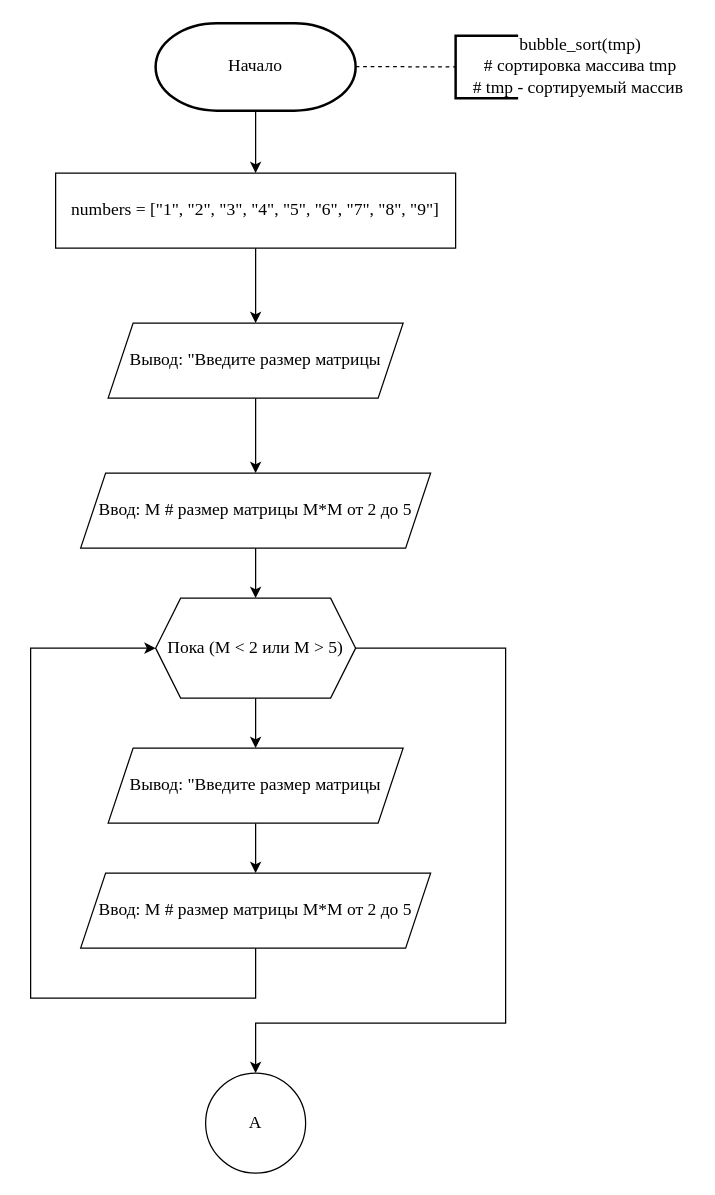
Above: page "Страница 1" (1 of 5) of 1 курс/Информатика/Практические работы/12/Диаграмма без названия.drawio in Kirill010/RTU-MIREA (draw.io), before the change. Source tidied: cells renumbered, new cells numbered last; positions are measured from the earlier drawing's top-left corner, leaving out a move shared by most shapes. Both pictures are drawn from the tidied source at 125%, with x=0, y=0 at pixel (30, 22).
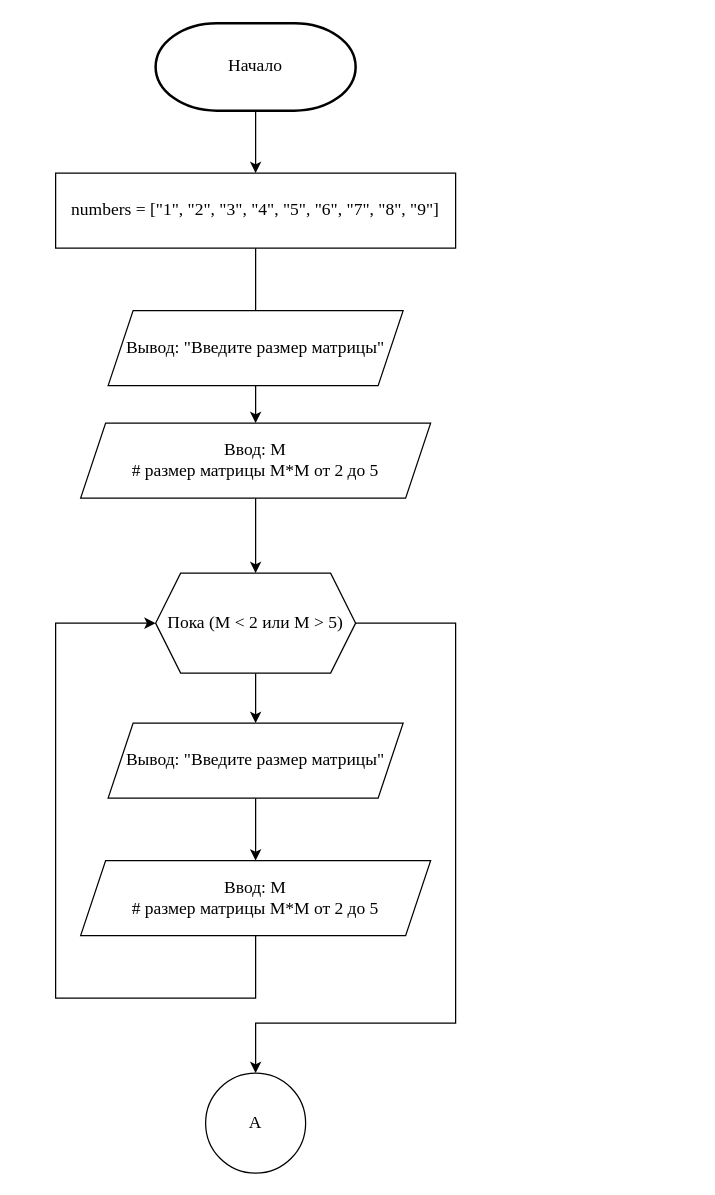
The same page after the edit.

What changed in the source:
```diff
@@
-    <mxCell id="4" style="endArrow=none;dashed=1;html=1;rounded=0;" parent="1" edge="1">
-      <mxGeometry relative="1" as="geometry">
-        <mxPoint x="260" y="34.8" as="sourcePoint" />
-        <mxPoint x="340" y="35" as="targetPoint" />
-      </mxGeometry>
-    </mxCell>
-    <mxCell id="5" style="strokeWidth=2;html=1;shape=mxgraph.flowchart.annotation_1;align=left;" parent="1" vertex="1">
-      <mxGeometry x="340" y="10" width="50" height="50" as="geometry" />
-    </mxCell>
-    <mxCell id="6" value="&lt;font style=&quot;font-size: 14px;&quot; face=&quot;Times New Roman&quot;&gt;bubble_sort(tmp)&lt;br&gt;# сортировка массива tmp&lt;br&gt;# tmp - сортируемый массив&amp;nbsp;&lt;/font&gt;" style="text;html=1;strokeColor=none;fillColor=none;align=center;verticalAlign=middle;whiteSpace=wrap;rounded=0;" parent="1" vertex="1">
-      <mxGeometry x="350" y="10" width="180" height="50" as="geometry" />
-    </mxCell>
@@
-    <mxCell id="10" value="Вывод: &quot;Введите размер матрицы" style="shape=parallelogram;perimeter=parallelogramPerimeter;whiteSpace=wrap;html=1;fixedSize=1;fontFamily=Times New Roman;fontSize=14;" parent="1" vertex="1">
-      <mxGeometry x="62" y="240" width="236" height="60" as="geometry" />
+    <mxCell id="10" value="Вывод: &quot;Введите размер матрицы&quot;" style="shape=parallelogram;perimeter=parallelogramPerimeter;whiteSpace=wrap;html=1;fixedSize=1;fontFamily=Times New Roman;fontSize=14;" parent="1" vertex="1">
+      <mxGeometry x="62" y="230" width="236" height="60" as="geometry" />
     </mxCell>
@@
-    <mxCell id="12" value="Ввод: M # размер матрицы M*M от 2 до 5" style="shape=parallelogram;perimeter=parallelogramPerimeter;whiteSpace=wrap;html=1;fixedSize=1;fontFamily=Times New Roman;fontSize=14;" parent="1" vertex="1">
-      <mxGeometry x="40" y="360" width="280" height="60" as="geometry" />
+    <mxCell id="12" value="Ввод: M &lt;br&gt;# размер матрицы M*M от 2 до 5" style="shape=parallelogram;perimeter=parallelogramPerimeter;whiteSpace=wrap;html=1;fixedSize=1;fontFamily=Times New Roman;fontSize=14;" parent="1" vertex="1">
+      <mxGeometry x="40" y="320" width="280" height="60" as="geometry" />
     </mxCell>
@@
     <mxCell id="14" style="edgeStyle=orthogonalEdgeStyle;rounded=0;jettySize=auto;html=1;fontFamily=Times New Roman;fontSize=14;" parent="1" edge="1" source="15">
       <mxGeometry relative="1" as="geometry">
         <mxPoint x="180" y="840" as="targetPoint" />
         <Array as="points">
-          <mxPoint x="380" y="500" />
-          <mxPoint x="380" y="800" />
+          <mxPoint x="340" y="480" />
+          <mxPoint x="340" y="800" />
           <mxPoint x="180" y="800" />
         </Array>
       </mxGeometry>
     </mxCell>
     <mxCell id="15" value="Пока (M &amp;lt; 2 или M &amp;gt; 5)" style="shape=hexagon;perimeter=hexagonPerimeter2;whiteSpace=wrap;html=1;fixedSize=1;fontFamily=Times New Roman;fontSize=14;" parent="1" vertex="1">
-      <mxGeometry x="100" y="460" width="160" height="80" as="geometry" />
+      <mxGeometry x="100" y="440" width="160" height="80" as="geometry" />
     </mxCell>
@@
-    <mxCell id="17" value="Вывод: &quot;Введите размер матрицы" style="shape=parallelogram;perimeter=parallelogramPerimeter;whiteSpace=wrap;html=1;fixedSize=1;fontFamily=Times New Roman;fontSize=14;" parent="1" vertex="1">
-      <mxGeometry x="62" y="580" width="236" height="60" as="geometry" />
+    <mxCell id="17" value="Вывод: &quot;Введите размер матрицы&quot;" style="shape=parallelogram;perimeter=parallelogramPerimeter;whiteSpace=wrap;html=1;fixedSize=1;fontFamily=Times New Roman;fontSize=14;" parent="1" vertex="1">
+      <mxGeometry x="62" y="560" width="236" height="60" as="geometry" />
     </mxCell>
     <mxCell id="18" style="edgeStyle=orthogonalEdgeStyle;rounded=0;jettySize=auto;html=1;exitX=0.5;exitY=1;exitDx=0;exitDy=0;fontFamily=Times New Roman;fontSize=14;entryX=0;entryY=0.5;entryDx=0;entryDy=0;" parent="1" edge="1" source="19" target="15">
       <mxGeometry relative="1" as="geometry">
         <Array as="points">
           <mxPoint x="180" y="780" />
-          <mxPoint y="780" />
-          <mxPoint y="500" />
+          <mxPoint x="20" y="780" />
+          <mxPoint x="20" y="480" />
         </Array>
       </mxGeometry>
     </mxCell>
-    <mxCell id="19" value="Ввод: M # размер матрицы M*M от 2 до 5" style="shape=parallelogram;perimeter=parallelogramPerimeter;whiteSpace=wrap;html=1;fixedSize=1;fontFamily=Times New Roman;fontSize=14;" parent="1" vertex="1">
-      <mxGeometry x="40" y="680" width="280" height="60" as="geometry" />
+    <mxCell id="19" value="Ввод: M &lt;br&gt;# размер матрицы M*M от 2 до 5" style="shape=parallelogram;perimeter=parallelogramPerimeter;whiteSpace=wrap;html=1;fixedSize=1;fontFamily=Times New Roman;fontSize=14;" parent="1" vertex="1">
+      <mxGeometry x="40" y="670" width="280" height="60" as="geometry" />
     </mxCell>
```
